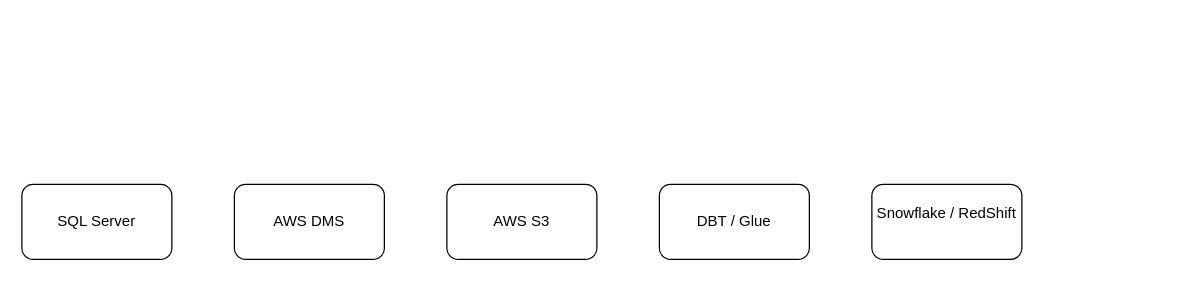
This is EndToEndProject.drawio from bbetos/EndToEnd_DEA_Project, a draw.io file, before an edit. Source tidied: cells renumbered, new cells numbered last; positions are measured from the earlier drawing's top-left corner, leaving out a move shared by most shapes. Both pictures are drawn from the tidied source at 125%, with x=0, y=0 at pixel (21, 184).
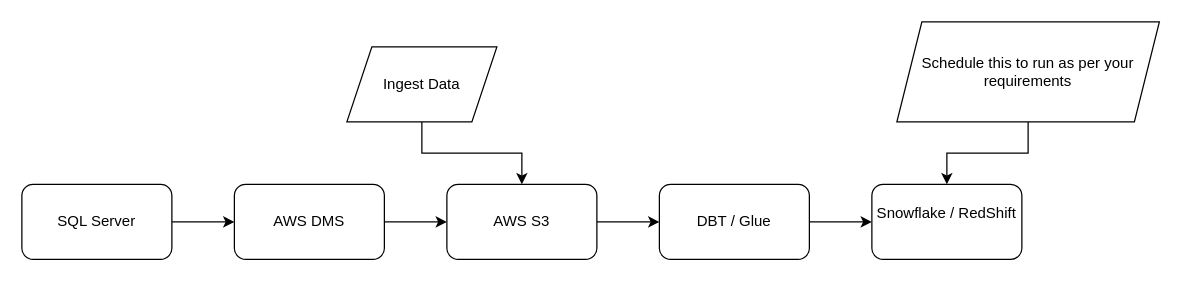
Above is the later version.

The edit, as a diff of the source:
```diff
@@
 <mxGraphModel>
   <root>
     <mxCell id="0" />
     <mxCell id="1" parent="0" />
+    <mxCell id="7" style="edgeStyle=orthogonalEdgeStyle;rounded=0;jettySize=auto;html=1;" parent="1" edge="1" source="2" target="3">
+      <mxGeometry relative="1" as="geometry" />
+    </mxCell>
     <mxCell id="2" value="SQL Server" style="rounded=1;whiteSpace=wrap;html=1;" parent="1" vertex="1">
       <mxGeometry width="120" height="60" as="geometry" />
     </mxCell>
+    <mxCell id="8" style="edgeStyle=orthogonalEdgeStyle;rounded=0;jettySize=auto;html=1;" parent="1" edge="1" source="3" target="4">
+      <mxGeometry relative="1" as="geometry" />
+    </mxCell>
     <mxCell id="3" value="AWS DMS" style="rounded=1;whiteSpace=wrap;html=1;" parent="1" vertex="1">
       <mxGeometry x="170" width="120" height="60" as="geometry" />
     </mxCell>
+    <mxCell id="9" style="edgeStyle=orthogonalEdgeStyle;rounded=0;jettySize=auto;html=1;" parent="1" edge="1" source="4" target="5">
+      <mxGeometry relative="1" as="geometry" />
+    </mxCell>
     <mxCell id="4" value="AWS S3" style="rounded=1;whiteSpace=wrap;html=1;" parent="1" vertex="1">
       <mxGeometry x="340" width="120" height="60" as="geometry" />
     </mxCell>
+    <mxCell id="10" style="edgeStyle=orthogonalEdgeStyle;rounded=0;jettySize=auto;html=1;" parent="1" edge="1" source="5" target="6">
+      <mxGeometry relative="1" as="geometry" />
+    </mxCell>
     <mxCell id="5" value="DBT / Glue" style="rounded=1;whiteSpace=wrap;html=1;" parent="1" vertex="1">
       <mxGeometry x="510" width="120" height="60" as="geometry" />
     </mxCell>
     <mxCell id="6" value="Snowflake / RedShift&lt;div&gt;&lt;br&gt;&lt;/div&gt;" style="rounded=1;whiteSpace=wrap;html=1;" parent="1" vertex="1">
       <mxGeometry x="680" width="120" height="60" as="geometry" />
     </mxCell>
+    <mxCell id="11" style="edgeStyle=orthogonalEdgeStyle;rounded=0;jettySize=auto;html=1;" parent="1" edge="1" source="12" target="4">
+      <mxGeometry relative="1" as="geometry" />
+    </mxCell>
+    <mxCell id="12" value="Ingest Data" style="shape=parallelogram;perimeter=parallelogramPerimeter;whiteSpace=wrap;html=1;fixedSize=1;" parent="1" vertex="1">
+      <mxGeometry x="260" y="-110" width="120" height="60" as="geometry" />
+    </mxCell>
+    <mxCell id="13" style="edgeStyle=orthogonalEdgeStyle;rounded=0;jettySize=auto;html=1;" parent="1" edge="1" source="14" target="6">
+      <mxGeometry relative="1" as="geometry" />
+    </mxCell>
+    <mxCell id="14" value="Schedule this to run as per your requirements" style="shape=parallelogram;perimeter=parallelogramPerimeter;whiteSpace=wrap;html=1;fixedSize=1;" parent="1" vertex="1">
+      <mxGeometry x="700" y="-130" width="210" height="80" as="geometry" />
+    </mxCell>
   </root>
 </mxGraphModel>
```
